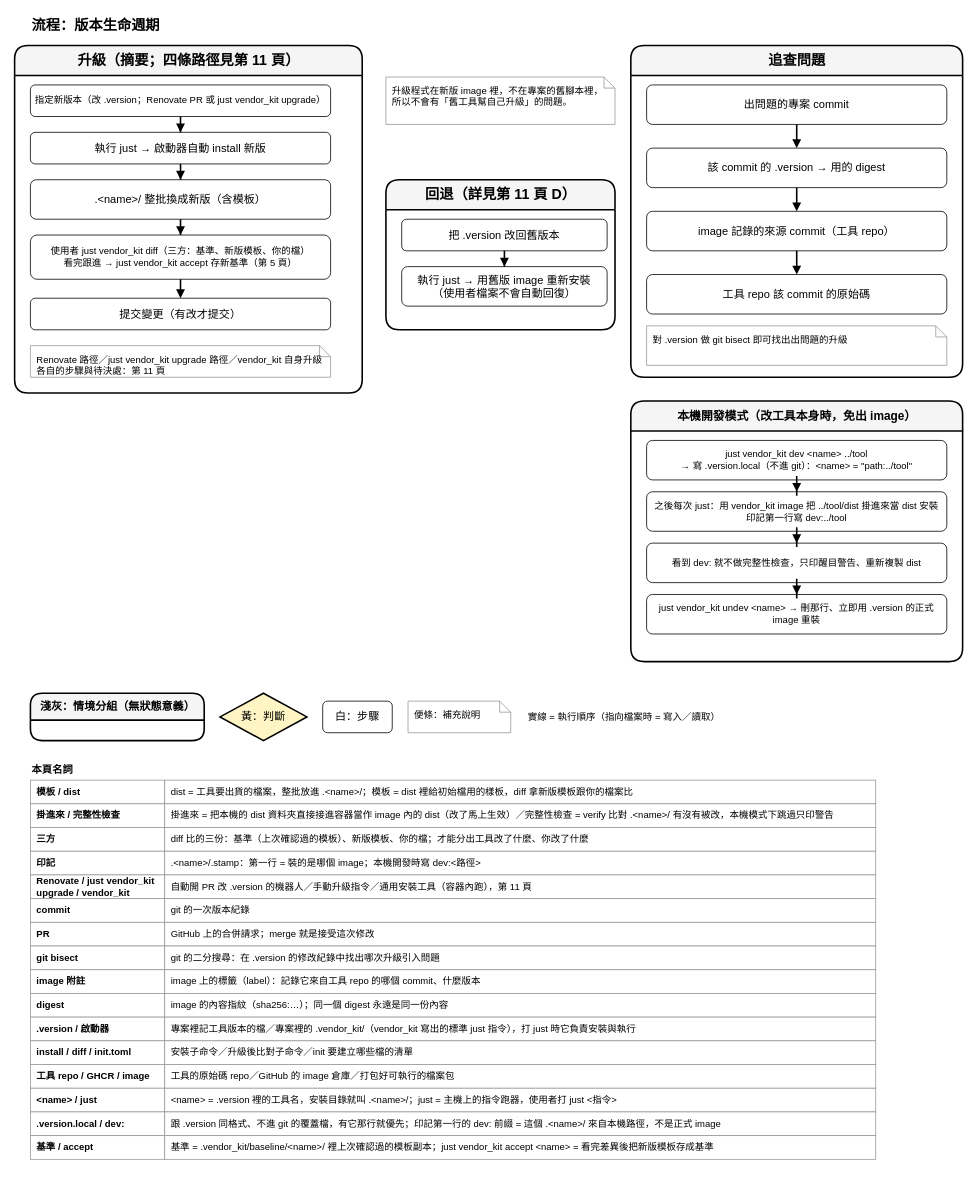
Before: page "4. 流程：版本生命週期" (4 of 12) of dist_distribution.drawio in ycpss91255-research/vendor_kit, a draw.io diagram. Source tidied: cells renumbered, new cells numbered last; positions are measured from the earlier drawing's top-left corner, leaving out a move shared by most shapes. Both pictures are drawn from the tidied source at 79%, with x=0, y=0 at pixel (14, 13).
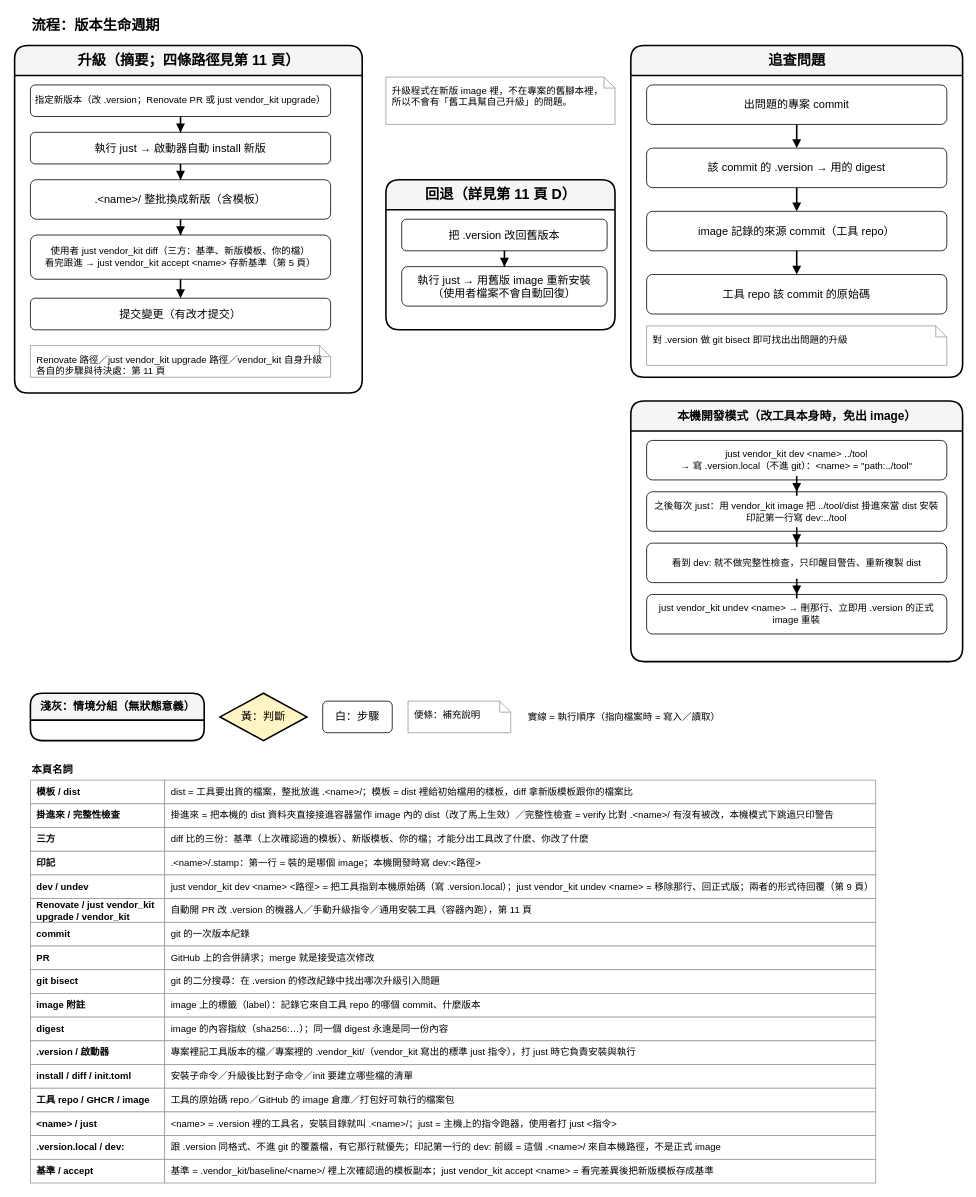
Above is the later version.

Unchanged cells that the change refers to:
```xml
<mxCell id="3" value="升級（摘要；四條路徑見第 11 頁）" style="swimlane;html=1;rounded=1;startSize=38;fontStyle=1;fontSize=18;fillColor=#f5f5f5;swimlaneFillColor=#ffffff;strokeColor=#000000;strokeWidth=2;" parent="1" vertex="1">
  <mxGeometry y="40" width="440" height="440" as="geometry" />
</mxCell>
```

Diff of the diagram source:
```diff
@@
-    <mxCell id="7" value="使用者 just vendor_kit diff（三方：基準、新版模板、你的檔）&lt;br&gt;看完跟進 → just vendor_kit accept 存新基準（第 5 頁）" style="rounded=1;whiteSpace=wrap;html=1;fillColor=#ffffff;strokeColor=light-dark(#000000,#9577A3);fontSize=12;strokeWidth=1;" parent="3" vertex="1">
+    <mxCell id="7" value="使用者 just vendor_kit diff（三方：基準、新版模板、你的檔）&lt;br&gt;看完跟進 → just vendor_kit accept &amp;lt;name&amp;gt; 存新基準（第 5 頁）" style="rounded=1;whiteSpace=wrap;html=1;fillColor=#ffffff;strokeColor=light-dark(#000000,#9577A3);fontSize=12;strokeWidth=1;" parent="3" vertex="1">
       <mxGeometry x="20" y="240" width="380" height="56" as="geometry" />
     </mxCell>
@@
-    <mxCell id="50" value="Renovate / just vendor_kit upgrade / vendor_kit" style="rounded=0;whiteSpace=wrap;html=1;fillColor=#ffffff;strokeColor=#999999;fontSize=12;fontStyle=1;align=left;spacingLeft=6;strokeWidth=1;" parent="1" vertex="1">
+    <mxCell id="50" value="dev / undev" style="rounded=0;whiteSpace=wrap;html=1;fillColor=#ffffff;strokeColor=#999999;fontSize=12;fontStyle=1;align=left;spacingLeft=6;strokeWidth=1;" parent="1" vertex="1">
       <mxGeometry x="20" y="1090" width="170" height="30" as="geometry" />
     </mxCell>
-    <mxCell id="51" value="自動開 PR 改 .version 的機器人／手動升級指令／通用安裝工具（容器內跑），第 11 頁" style="rounded=0;whiteSpace=wrap;html=1;fillColor=#ffffff;strokeColor=#999999;fontSize=12;align=left;spacingLeft=6;strokeWidth=1;" parent="1" vertex="1">
+    <mxCell id="51" value="just vendor_kit dev &amp;lt;name&amp;gt; &amp;lt;路徑&amp;gt; = 把工具指到本機原始碼（寫 .version.local）；just vendor_kit undev &amp;lt;name&amp;gt; = 移除那行、回正式版；兩者的形式待回覆（第 9 頁）" style="rounded=0;whiteSpace=wrap;html=1;fillColor=#ffffff;strokeColor=#999999;fontSize=12;align=left;spacingLeft=6;strokeWidth=1;" parent="1" vertex="1">
       <mxGeometry x="190" y="1090" width="900" height="30" as="geometry" />
     </mxCell>
-    <mxCell id="52" value="commit" style="rounded=0;whiteSpace=wrap;html=1;fillColor=#ffffff;strokeColor=#999999;fontSize=12;fontStyle=1;align=left;spacingLeft=6;strokeWidth=1;" parent="1" vertex="1">
+    <mxCell id="52" value="Renovate / just vendor_kit upgrade / vendor_kit" style="rounded=0;whiteSpace=wrap;html=1;fillColor=#ffffff;strokeColor=#999999;fontSize=12;fontStyle=1;align=left;spacingLeft=6;strokeWidth=1;" parent="1" vertex="1">
       <mxGeometry x="20" y="1120" width="170" height="30" as="geometry" />
     </mxCell>
-    <mxCell id="53" value="git 的一次版本紀錄" style="rounded=0;whiteSpace=wrap;html=1;fillColor=#ffffff;strokeColor=#999999;fontSize=12;align=left;spacingLeft=6;strokeWidth=1;" parent="1" vertex="1">
+    <mxCell id="53" value="自動開 PR 改 .version 的機器人／手動升級指令／通用安裝工具（容器內跑），第 11 頁" style="rounded=0;whiteSpace=wrap;html=1;fillColor=#ffffff;strokeColor=#999999;fontSize=12;align=left;spacingLeft=6;strokeWidth=1;" parent="1" vertex="1">
       <mxGeometry x="190" y="1120" width="900" height="30" as="geometry" />
     </mxCell>
-    <mxCell id="54" value="PR" style="rounded=0;whiteSpace=wrap;html=1;fillColor=#ffffff;strokeColor=#999999;fontSize=12;fontStyle=1;align=left;spacingLeft=6;strokeWidth=1;" parent="1" vertex="1">
+    <mxCell id="54" value="commit" style="rounded=0;whiteSpace=wrap;html=1;fillColor=#ffffff;strokeColor=#999999;fontSize=12;fontStyle=1;align=left;spacingLeft=6;strokeWidth=1;" parent="1" vertex="1">
       <mxGeometry x="20" y="1150" width="170" height="30" as="geometry" />
     </mxCell>
-    <mxCell id="55" value="GitHub 上的合併請求；merge 就是接受這次修改" style="rounded=0;whiteSpace=wrap;html=1;fillColor=#ffffff;strokeColor=#999999;fontSize=12;align=left;spacingLeft=6;strokeWidth=1;" parent="1" vertex="1">
+    <mxCell id="55" value="git 的一次版本紀錄" style="rounded=0;whiteSpace=wrap;html=1;fillColor=#ffffff;strokeColor=#999999;fontSize=12;align=left;spacingLeft=6;strokeWidth=1;" parent="1" vertex="1">
       <mxGeometry x="190" y="1150" width="900" height="30" as="geometry" />
     </mxCell>
-    <mxCell id="56" value="git bisect" style="rounded=0;whiteSpace=wrap;html=1;fillColor=#ffffff;strokeColor=#999999;fontSize=12;fontStyle=1;align=left;spacingLeft=6;strokeWidth=1;" parent="1" vertex="1">
+    <mxCell id="56" value="PR" style="rounded=0;whiteSpace=wrap;html=1;fillColor=#ffffff;strokeColor=#999999;fontSize=12;fontStyle=1;align=left;spacingLeft=6;strokeWidth=1;" parent="1" vertex="1">
       <mxGeometry x="20" y="1180" width="170" height="30" as="geometry" />
     </mxCell>
-    <mxCell id="57" value="git 的二分搜尋：在 .version 的修改紀錄中找出哪次升級引入問題" style="rounded=0;whiteSpace=wrap;html=1;fillColor=#ffffff;strokeColor=#999999;fontSize=12;align=left;spacingLeft=6;strokeWidth=1;" parent="1" vertex="1">
+    <mxCell id="57" value="GitHub 上的合併請求；merge 就是接受這次修改" style="rounded=0;whiteSpace=wrap;html=1;fillColor=#ffffff;strokeColor=#999999;fontSize=12;align=left;spacingLeft=6;strokeWidth=1;" parent="1" vertex="1">
       <mxGeometry x="190" y="1180" width="900" height="30" as="geometry" />
     </mxCell>
-    <mxCell id="58" value="image 附註" style="rounded=0;whiteSpace=wrap;html=1;fillColor=#ffffff;strokeColor=#999999;fontSize=12;fontStyle=1;align=left;spacingLeft=6;strokeWidth=1;" parent="1" vertex="1">
+    <mxCell id="58" value="git bisect" style="rounded=0;whiteSpace=wrap;html=1;fillColor=#ffffff;strokeColor=#999999;fontSize=12;fontStyle=1;align=left;spacingLeft=6;strokeWidth=1;" parent="1" vertex="1">
       <mxGeometry x="20" y="1210" width="170" height="30" as="geometry" />
     </mxCell>
-    <mxCell id="59" value="image 上的標籤（label）：記錄它來自工具 repo 的哪個 commit、什麼版本" style="rounded=0;whiteSpace=wrap;html=1;fillColor=#ffffff;strokeColor=#999999;fontSize=12;align=left;spacingLeft=6;strokeWidth=1;" parent="1" vertex="1">
+    <mxCell id="59" value="git 的二分搜尋：在 .version 的修改紀錄中找出哪次升級引入問題" style="rounded=0;whiteSpace=wrap;html=1;fillColor=#ffffff;strokeColor=#999999;fontSize=12;align=left;spacingLeft=6;strokeWidth=1;" parent="1" vertex="1">
       <mxGeometry x="190" y="1210" width="900" height="30" as="geometry" />
     </mxCell>
-    <mxCell id="60" value="digest" style="rounded=0;whiteSpace=wrap;html=1;fillColor=#ffffff;strokeColor=#999999;fontSize=12;fontStyle=1;align=left;spacingLeft=6;strokeWidth=1;" parent="1" vertex="1">
+    <mxCell id="60" value="image 附註" style="rounded=0;whiteSpace=wrap;html=1;fillColor=#ffffff;strokeColor=#999999;fontSize=12;fontStyle=1;align=left;spacingLeft=6;strokeWidth=1;" parent="1" vertex="1">
       <mxGeometry x="20" y="1240" width="170" height="30" as="geometry" />
     </mxCell>
-    <mxCell id="61" value="image 的內容指紋（sha256:…）；同一個 digest 永遠是同一份內容" style="rounded=0;whiteSpace=wrap;html=1;fillColor=#ffffff;strokeColor=#999999;fontSize=12;align=left;spacingLeft=6;strokeWidth=1;" parent="1" vertex="1">
+    <mxCell id="61" value="image 上的標籤（label）：記錄它來自工具 repo 的哪個 commit、什麼版本" style="rounded=0;whiteSpace=wrap;html=1;fillColor=#ffffff;strokeColor=#999999;fontSize=12;align=left;spacingLeft=6;strokeWidth=1;" parent="1" vertex="1">
       <mxGeometry x="190" y="1240" width="900" height="30" as="geometry" />
     </mxCell>
-    <mxCell id="62" value=".version / 啟動器" style="rounded=0;whiteSpace=wrap;html=1;fillColor=#ffffff;strokeColor=#999999;fontSize=12;fontStyle=1;align=left;spacingLeft=6;strokeWidth=1;" parent="1" vertex="1">
+    <mxCell id="62" value="digest" style="rounded=0;whiteSpace=wrap;html=1;fillColor=#ffffff;strokeColor=#999999;fontSize=12;fontStyle=1;align=left;spacingLeft=6;strokeWidth=1;" parent="1" vertex="1">
       <mxGeometry x="20" y="1270" width="170" height="30" as="geometry" />
     </mxCell>
-    <mxCell id="63" value="專案裡記工具版本的檔／專案裡的 .vendor_kit/（vendor_kit 寫出的標準 just 指令），打 just 時它負責安裝與執行" style="rounded=0;whiteSpace=wrap;html=1;fillColor=#ffffff;strokeColor=#999999;fontSize=12;align=left;spacingLeft=6;strokeWidth=1;" parent="1" vertex="1">
+    <mxCell id="63" value="image 的內容指紋（sha256:…）；同一個 digest 永遠是同一份內容" style="rounded=0;whiteSpace=wrap;html=1;fillColor=#ffffff;strokeColor=#999999;fontSize=12;align=left;spacingLeft=6;strokeWidth=1;" parent="1" vertex="1">
       <mxGeometry x="190" y="1270" width="900" height="30" as="geometry" />
     </mxCell>
-    <mxCell id="64" value="install / diff / init.toml" style="rounded=0;whiteSpace=wrap;html=1;fillColor=#ffffff;strokeColor=#999999;fontSize=12;fontStyle=1;align=left;spacingLeft=6;strokeWidth=1;" parent="1" vertex="1">
+    <mxCell id="64" value=".version / 啟動器" style="rounded=0;whiteSpace=wrap;html=1;fillColor=#ffffff;strokeColor=#999999;fontSize=12;fontStyle=1;align=left;spacingLeft=6;strokeWidth=1;" parent="1" vertex="1">
       <mxGeometry x="20" y="1300" width="170" height="30" as="geometry" />
     </mxCell>
-    <mxCell id="65" value="安裝子命令／升級後比對子命令／init 要建立哪些檔的清單" style="rounded=0;whiteSpace=wrap;html=1;fillColor=#ffffff;strokeColor=#999999;fontSize=12;align=left;spacingLeft=6;strokeWidth=1;" parent="1" vertex="1">
+    <mxCell id="65" value="專案裡記工具版本的檔／專案裡的 .vendor_kit/（vendor_kit 寫出的標準 just 指令），打 just 時它負責安裝與執行" style="rounded=0;whiteSpace=wrap;html=1;fillColor=#ffffff;strokeColor=#999999;fontSize=12;align=left;spacingLeft=6;strokeWidth=1;" parent="1" vertex="1">
       <mxGeometry x="190" y="1300" width="900" height="30" as="geometry" />
     </mxCell>
-    <mxCell id="66" value="工具 repo / GHCR / image" style="rounded=0;whiteSpace=wrap;html=1;fillColor=#ffffff;strokeColor=#999999;fontSize=12;fontStyle=1;align=left;spacingLeft=6;strokeWidth=1;" parent="1" vertex="1">
+    <mxCell id="66" value="install / diff / init.toml" style="rounded=0;whiteSpace=wrap;html=1;fillColor=#ffffff;strokeColor=#999999;fontSize=12;fontStyle=1;align=left;spacingLeft=6;strokeWidth=1;" parent="1" vertex="1">
       <mxGeometry x="20" y="1330" width="170" height="30" as="geometry" />
     </mxCell>
-    <mxCell id="67" value="工具的原始碼 repo／GitHub 的 image 倉庫／打包好可執行的檔案包" style="rounded=0;whiteSpace=wrap;html=1;fillColor=#ffffff;strokeColor=#999999;fontSize=12;align=left;spacingLeft=6;strokeWidth=1;" parent="1" vertex="1">
+    <mxCell id="67" value="安裝子命令／升級後比對子命令／init 要建立哪些檔的清單" style="rounded=0;whiteSpace=wrap;html=1;fillColor=#ffffff;strokeColor=#999999;fontSize=12;align=left;spacingLeft=6;strokeWidth=1;" parent="1" vertex="1">
       <mxGeometry x="190" y="1330" width="900" height="30" as="geometry" />
     </mxCell>
-    <mxCell id="68" value="&amp;lt;name&amp;gt; / just" style="rounded=0;whiteSpace=wrap;html=1;fillColor=#ffffff;strokeColor=#999999;fontSize=12;fontStyle=1;align=left;spacingLeft=6;strokeWidth=1;" parent="1" vertex="1">
+    <mxCell id="68" value="工具 repo / GHCR / image" style="rounded=0;whiteSpace=wrap;html=1;fillColor=#ffffff;strokeColor=#999999;fontSize=12;fontStyle=1;align=left;spacingLeft=6;strokeWidth=1;" parent="1" vertex="1">
       <mxGeometry x="20" y="1360" width="170" height="30" as="geometry" />
     </mxCell>
-    <mxCell id="69" value="&amp;lt;name&amp;gt; = .version 裡的工具名，安裝目錄就叫 .&amp;lt;name&amp;gt;/；just = 主機上的指令跑器，使用者打 just &amp;lt;指令&amp;gt;" style="rounded=0;whiteSpace=wrap;html=1;fillColor=#ffffff;strokeColor=#999999;fontSize=12;align=left;spacingLeft=6;strokeWidth=1;" parent="1" vertex="1">
+    <mxCell id="69" value="工具的原始碼 repo／GitHub 的 image 倉庫／打包好可執行的檔案包" style="rounded=0;whiteSpace=wrap;html=1;fillColor=#ffffff;strokeColor=#999999;fontSize=12;align=left;spacingLeft=6;strokeWidth=1;" parent="1" vertex="1">
       <mxGeometry x="190" y="1360" width="900" height="30" as="geometry" />
     </mxCell>
-    <mxCell id="70" value=".version.local / dev:" style="rounded=0;whiteSpace=wrap;html=1;fillColor=#ffffff;strokeColor=#999999;fontSize=12;fontStyle=1;align=left;spacingLeft=6;strokeWidth=1;" parent="1" vertex="1">
+    <mxCell id="70" value="&amp;lt;name&amp;gt; / just" style="rounded=0;whiteSpace=wrap;html=1;fillColor=#ffffff;strokeColor=#999999;fontSize=12;fontStyle=1;align=left;spacingLeft=6;strokeWidth=1;" parent="1" vertex="1">
       <mxGeometry x="20" y="1390" width="170" height="30" as="geometry" />
     </mxCell>
-    <mxCell id="71" value="跟 .version 同格式、不進 git 的覆蓋檔，有它那行就優先；印記第一行的 dev: 前綴 = 這個 .&amp;lt;name&amp;gt;/ 來自本機路徑，不是正式 image" style="rounded=0;whiteSpace=wrap;html=1;fillColor=#ffffff;strokeColor=#999999;fontSize=12;align=left;spacingLeft=6;strokeWidth=1;" parent="1" vertex="1">
+    <mxCell id="71" value="&amp;lt;name&amp;gt; = .version 裡的工具名，安裝目錄就叫 .&amp;lt;name&amp;gt;/；just = 主機上的指令跑器，使用者打 just &amp;lt;指令&amp;gt;" style="rounded=0;whiteSpace=wrap;html=1;fillColor=#ffffff;strokeColor=#999999;fontSize=12;align=left;spacingLeft=6;strokeWidth=1;" parent="1" vertex="1">
       <mxGeometry x="190" y="1390" width="900" height="30" as="geometry" />
     </mxCell>
-    <mxCell id="72" value="基準 / accept" style="rounded=0;whiteSpace=wrap;html=1;fillColor=#ffffff;strokeColor=#999999;fontSize=12;fontStyle=1;align=left;spacingLeft=6;strokeWidth=1;" parent="1" vertex="1">
+    <mxCell id="72" value=".version.local / dev:" style="rounded=0;whiteSpace=wrap;html=1;fillColor=#ffffff;strokeColor=#999999;fontSize=12;fontStyle=1;align=left;spacingLeft=6;strokeWidth=1;" parent="1" vertex="1">
       <mxGeometry x="20" y="1420" width="170" height="30" as="geometry" />
     </mxCell>
-    <mxCell id="73" value="基準 = .vendor_kit/baseline/&amp;lt;name&amp;gt;/ 裡上次確認過的模板副本；just vendor_kit accept &amp;lt;name&amp;gt; = 看完差異後把新版模板存成基準" style="rounded=0;whiteSpace=wrap;html=1;fillColor=#ffffff;strokeColor=#999999;fontSize=12;align=left;spacingLeft=6;strokeWidth=1;" parent="1" vertex="1">
+    <mxCell id="73" value="跟 .version 同格式、不進 git 的覆蓋檔，有它那行就優先；印記第一行的 dev: 前綴 = 這個 .&amp;lt;name&amp;gt;/ 來自本機路徑，不是正式 image" style="rounded=0;whiteSpace=wrap;html=1;fillColor=#ffffff;strokeColor=#999999;fontSize=12;align=left;spacingLeft=6;strokeWidth=1;" parent="1" vertex="1">
       <mxGeometry x="190" y="1420" width="900" height="30" as="geometry" />
     </mxCell>
+    <mxCell id="74" value="基準 / accept" style="rounded=0;whiteSpace=wrap;html=1;fillColor=#ffffff;strokeColor=#999999;fontSize=12;fontStyle=1;align=left;spacingLeft=6;strokeWidth=1;" parent="1" vertex="1">
+      <mxGeometry x="20" y="1450" width="170" height="30" as="geometry" />
+    </mxCell>
+    <mxCell id="75" value="基準 = .vendor_kit/baseline/&amp;lt;name&amp;gt;/ 裡上次確認過的模板副本；just vendor_kit accept &amp;lt;name&amp;gt; = 看完差異後把新版模板存成基準" style="rounded=0;whiteSpace=wrap;html=1;fillColor=#ffffff;strokeColor=#999999;fontSize=12;align=left;spacingLeft=6;strokeWidth=1;" parent="1" vertex="1">
+      <mxGeometry x="190" y="1450" width="900" height="30" as="geometry" />
+    </mxCell>
```
